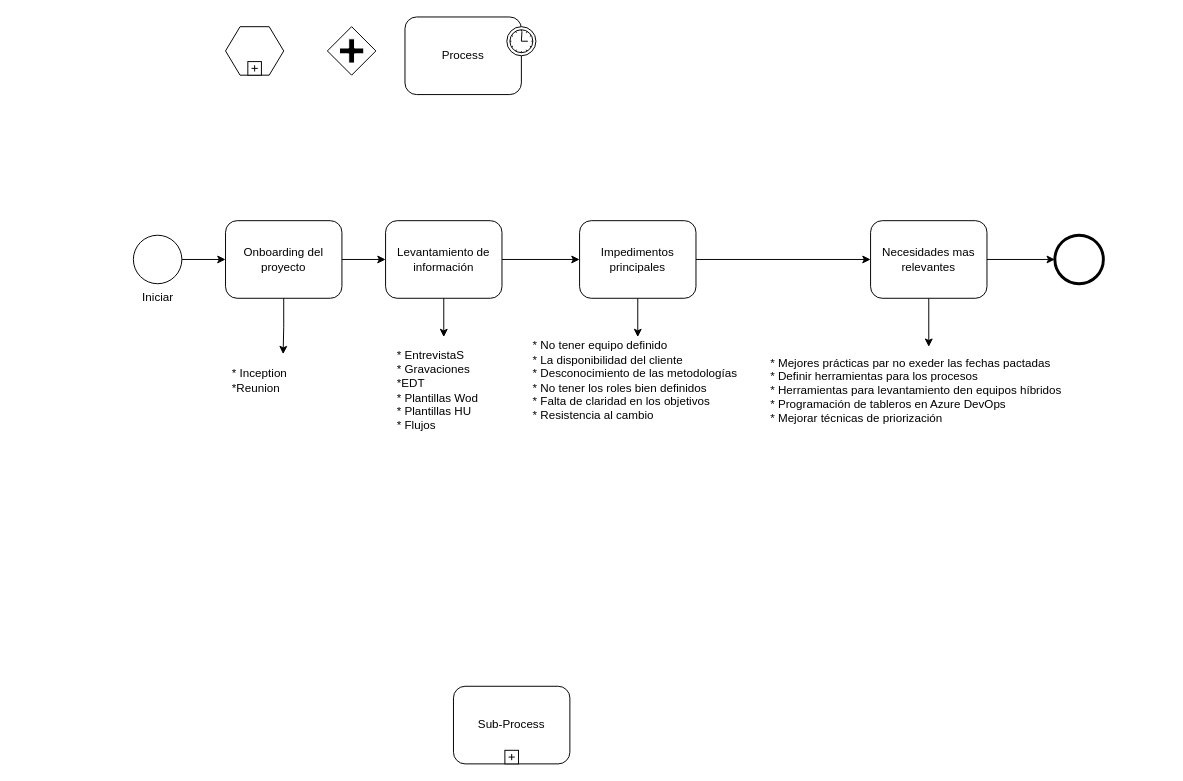
This is Diagrama sin título.drawio from YOviedo-2402/hello-git, a draw.io file, before an edit. Source tidied: cells renumbered, new cells numbered last; positions are measured from the earlier drawing's top-left corner, leaving out a move shared by most shapes. Both pictures are drawn from the tidied source at 97%, with x=0, y=0 at pixel (133, 16).
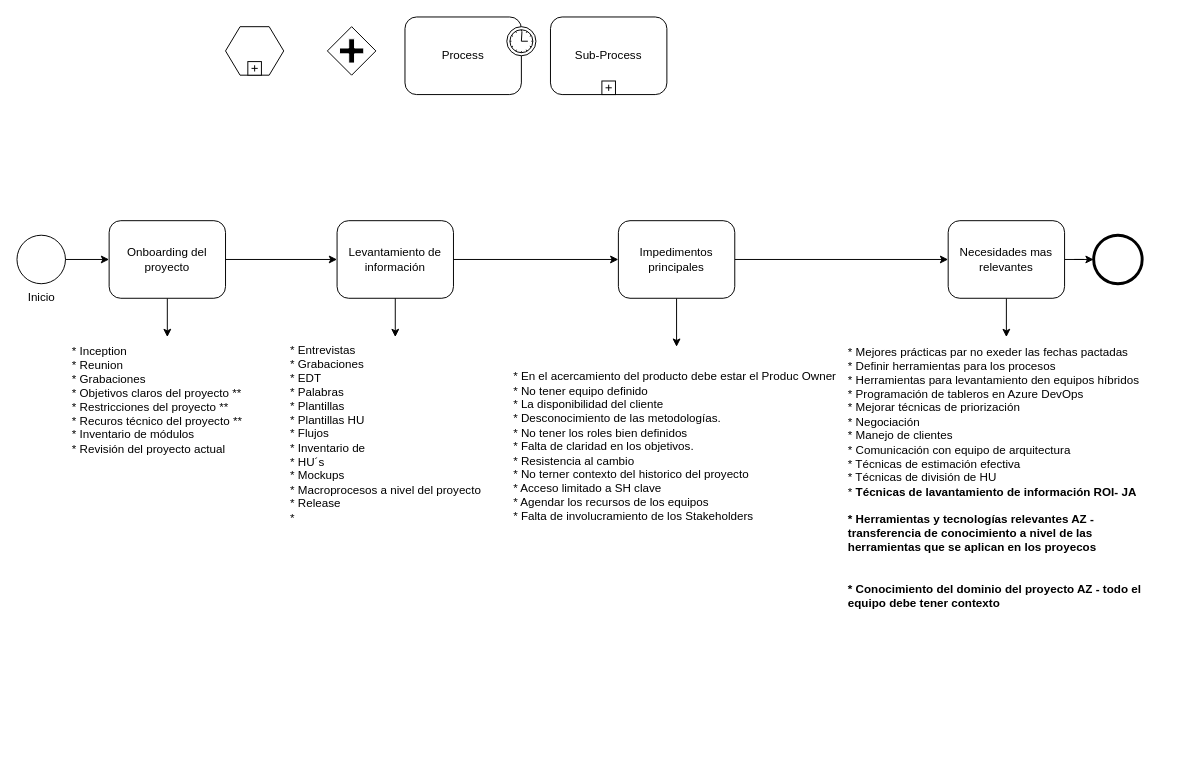
Above is the later version.

What changed in the source:
```diff
@@
-    <mxCell id="2" value="Iniciar" style="shape=mxgraph.bpmn.shape;html=1;verticalLabelPosition=bottom;labelBackgroundColor=#ffffff;verticalAlign=top;perimeter=ellipsePerimeter;outline=standard;symbol=general;" parent="1" vertex="1">
-      <mxGeometry y="225" width="50" height="50" as="geometry" />
+    <mxCell id="2" value="Inicio" style="shape=mxgraph.bpmn.shape;html=1;verticalLabelPosition=bottom;labelBackgroundColor=#ffffff;verticalAlign=top;perimeter=ellipsePerimeter;outline=standard;symbol=general;" parent="1" vertex="1">
+      <mxGeometry x="-120" y="225" width="50" height="50" as="geometry" />
     </mxCell>
+    <mxCell id="12" style="edgeStyle=orthogonalEdgeStyle;rounded=0;jettySize=auto;html=1;" parent="1" edge="1" source="3" target="13">
+      <mxGeometry relative="1" as="geometry" />
+    </mxCell>
     <mxCell id="3" value="Onboarding del proyecto" style="shape=ext;rounded=1;html=1;whiteSpace=wrap;" parent="1" vertex="1">
-      <mxGeometry x="95" y="210" width="120" height="80" as="geometry" />
+      <mxGeometry x="-25" y="210" width="120" height="80" as="geometry" />
     </mxCell>
@@
     <mxCell id="5" value="Levantamiento de información" style="shape=ext;rounded=1;html=1;whiteSpace=wrap;" parent="1" vertex="1">
-      <mxGeometry x="260" y="210" width="120" height="80" as="geometry" />
+      <mxGeometry x="210" y="210" width="120" height="80" as="geometry" />
     </mxCell>
@@
     <mxCell id="8" style="shape=mxgraph.bpmn.shape;html=1;verticalLabelPosition=bottom;labelBackgroundColor=#ffffff;verticalAlign=top;perimeter=ellipsePerimeter;outline=end;symbol=general;" parent="1" vertex="1">
-      <mxGeometry x="950" y="225" width="50" height="50" as="geometry" />
+      <mxGeometry x="990" y="225" width="50" height="50" as="geometry" />
     </mxCell>
@@
-    <mxCell id="12" style="edgeStyle=orthogonalEdgeStyle;rounded=0;jettySize=auto;html=1;entryX=0.435;entryY=-0.048;entryDx=0;entryDy=0;entryPerimeter=0;" parent="1" edge="1" source="3" target="13">
-      <mxGeometry relative="1" as="geometry" />
-    </mxCell>
-    <mxCell id="13" value="* Inception&lt;div&gt;*Reunion&lt;/div&gt;" style="text;html=1;align=left;verticalAlign=middle;whiteSpace=wrap;rounded=0;" parent="1" vertex="1">
-      <mxGeometry x="100" y="350" width="125" height="50" as="geometry" />
+    <mxCell id="13" value="* Inception&lt;div&gt;* Reunion&lt;/div&gt;&lt;div&gt;* Grabaciones&lt;/div&gt;&lt;div&gt;* Objetivos claros del proyecto **&lt;/div&gt;&lt;div&gt;* Restricciones del proyecto **&lt;/div&gt;&lt;div&gt;* Recuros técnico del proyecto **&lt;/div&gt;&lt;div&gt;* Inventario de módulos&lt;/div&gt;&lt;div&gt;* Revisión del proyecto actual&lt;/div&gt;" style="text;html=1;align=left;verticalAlign=middle;whiteSpace=wrap;rounded=0;" parent="1" vertex="1">
+      <mxGeometry x="-65" y="330" width="200" height="130" as="geometry" />
     </mxCell>
@@
     <mxCell id="17" value="Sub-Process" style="html=1;whiteSpace=wrap;rounded=1;" parent="1" vertex="1">
-      <mxGeometry x="330" y="690" width="120" height="80" as="geometry" />
+      <mxGeometry x="430" width="120" height="80" as="geometry" />
     </mxCell>
@@
-    <mxCell id="19" value="* EntrevistaS&lt;div&gt;* Gravaciones&lt;/div&gt;&lt;div&gt;*EDT&lt;/div&gt;&lt;div&gt;* Plantillas Wod&lt;/div&gt;&lt;div&gt;* Plantillas HU&lt;/div&gt;&lt;div&gt;* Flujos&lt;/div&gt;" style="text;html=1;align=left;verticalAlign=middle;whiteSpace=wrap;rounded=0;" parent="1" vertex="1">
-      <mxGeometry x="270" y="330" width="100" height="110" as="geometry" />
+    <mxCell id="19" value="* Entrevistas&lt;div&gt;* Grabaciones&lt;/div&gt;&lt;div&gt;* EDT&lt;/div&gt;&lt;div&gt;* Palabras&amp;nbsp;&lt;/div&gt;&lt;div&gt;* Plantillas&lt;/div&gt;&lt;div&gt;* Plantillas HU&lt;/div&gt;&lt;div&gt;* Flujos&lt;/div&gt;&lt;div&gt;* Inventario de&amp;nbsp;&amp;nbsp;&lt;/div&gt;&lt;div&gt;* HU´s&lt;/div&gt;&lt;div&gt;* Mockups&lt;/div&gt;&lt;div&gt;* Macroprocesos a nivel del proyecto&lt;/div&gt;&lt;div&gt;* Release&lt;/div&gt;&lt;div&gt;*&amp;nbsp;&lt;/div&gt;" style="text;html=1;align=left;verticalAlign=middle;whiteSpace=wrap;rounded=0;" parent="1" vertex="1">
+      <mxGeometry x="160" y="330" width="220" height="200" as="geometry" />
     </mxCell>
@@
     <mxCell id="22" value="Impedimentos principales" style="shape=ext;rounded=1;html=1;whiteSpace=wrap;" parent="1" vertex="1">
-      <mxGeometry x="460" y="210" width="120" height="80" as="geometry" />
+      <mxGeometry x="500" y="210" width="120" height="80" as="geometry" />
     </mxCell>
-    <mxCell id="23" value="* No tener equipo definido&lt;div&gt;* La disponibilidad del cliente&lt;/div&gt;&lt;div&gt;* Desconocimiento de las metodologías&lt;/div&gt;&lt;div&gt;* No tener los roles bien definidos&lt;/div&gt;&lt;div&gt;* Falta de claridad en los objetivos&lt;/div&gt;&lt;div&gt;* Resistencia al cambio&lt;/div&gt;" style="text;html=1;align=left;verticalAlign=middle;whiteSpace=wrap;rounded=0;" parent="1" vertex="1">
-      <mxGeometry x="410" y="330" width="220" height="90" as="geometry" />
+    <mxCell id="23" value="&lt;div&gt;&lt;span style=&quot;background-color: initial;&quot;&gt;* En el acercamiento del producto debe estar el Produc Owner&lt;/span&gt;&lt;br&gt;&lt;/div&gt;&lt;div&gt;&lt;span style=&quot;background-color: initial;&quot;&gt;* No tener equipo definido&lt;/span&gt;&lt;br&gt;&lt;/div&gt;&lt;div&gt;* La disponibilidad del cliente&lt;/div&gt;&lt;div&gt;* Desconocimiento de las metodologías.&lt;/div&gt;&lt;div&gt;* No tener los roles bien definidos&lt;/div&gt;&lt;div&gt;* Falta de claridad en los objetivos.&lt;/div&gt;&lt;div&gt;* Resistencia al cambio&lt;/div&gt;&lt;div&gt;* No terner contexto del historico del proyecto&amp;nbsp;&lt;/div&gt;&lt;div&gt;* Acceso limitado a SH clave&lt;/div&gt;&lt;div&gt;* Agendar los recursos de los equipos&lt;/div&gt;&lt;div&gt;* Falta de involucramiento de los Stakeholders&lt;/div&gt;&lt;div&gt;&lt;br&gt;&lt;/div&gt;" style="text;html=1;align=left;verticalAlign=middle;whiteSpace=wrap;rounded=0;" parent="1" vertex="1">
+      <mxGeometry x="390" y="340" width="340" height="220" as="geometry" />
     </mxCell>
@@
     <mxCell id="26" value="Necesidades mas relevantes" style="shape=ext;rounded=1;html=1;whiteSpace=wrap;" parent="1" vertex="1">
-      <mxGeometry x="760" y="210" width="120" height="80" as="geometry" />
+      <mxGeometry x="840" y="210" width="120" height="80" as="geometry" />
     </mxCell>
-    <mxCell id="27" value="* Mejores prácticas par no exeder las fechas pactadas&lt;div&gt;* Definir herramientas para los procesos&lt;/div&gt;&lt;div&gt;* Herramientas para levantamiento den equipos híbridos&lt;/div&gt;&lt;div&gt;* Programación de tableros en Azure DevOps&lt;/div&gt;&lt;div&gt;* Mejorar técnicas de priorización&lt;/div&gt;" style="text;html=1;align=left;verticalAlign=middle;whiteSpace=wrap;rounded=0;" parent="1" vertex="1">
-      <mxGeometry x="655" y="340" width="330" height="90" as="geometry" />
+    <mxCell id="27" value="* Mejores prácticas par no exeder las fechas pactadas&lt;div&gt;* Definir herramientas para los procesos&lt;/div&gt;&lt;div&gt;* Herramientas para levantamiento den equipos híbridos&lt;/div&gt;&lt;div&gt;* Programación de tableros en Azure DevOps&lt;/div&gt;&lt;div&gt;* Mejorar técnicas de priorización&lt;/div&gt;&lt;div&gt;* Negociación&lt;/div&gt;&lt;div&gt;* Manejo de clientes&lt;/div&gt;&lt;div&gt;* Comunicación con equipo de arquitectura&lt;/div&gt;&lt;div&gt;* Técnicas de estimación efectiva&lt;/div&gt;&lt;div&gt;* Técnicas de división de HU&lt;/div&gt;&lt;div&gt;* &lt;b&gt;Técnicas de lavantamiento de información&amp;nbsp;&lt;span style=&quot;background-color: initial;&quot;&gt;ROI- JA&lt;/span&gt;&lt;/b&gt;&lt;/div&gt;&lt;div&gt;&lt;b&gt;&lt;span style=&quot;background-color: initial;&quot;&gt;&lt;br&gt;&lt;/span&gt;&lt;/b&gt;&lt;/div&gt;&lt;div&gt;&lt;b&gt;* Herramientas y tecnologías relevantes AZ - transferencia de conocimiento a nivel de las herramientas que se aplican en los proyecos&lt;/b&gt;&lt;/div&gt;&lt;div&gt;&lt;b&gt;&lt;br&gt;&lt;/b&gt;&lt;/div&gt;&lt;div&gt;&lt;b&gt;&lt;br&gt;&lt;/b&gt;&lt;/div&gt;&lt;div&gt;&lt;b&gt;* Conocimiento del dominio del proyecto AZ - todo el equipo debe tener contexto&lt;/b&gt;&lt;/div&gt;" style="text;html=1;align=left;verticalAlign=middle;whiteSpace=wrap;rounded=0;" parent="1" vertex="1">
+      <mxGeometry x="735" y="330" width="330" height="290" as="geometry" />
     </mxCell>
```
